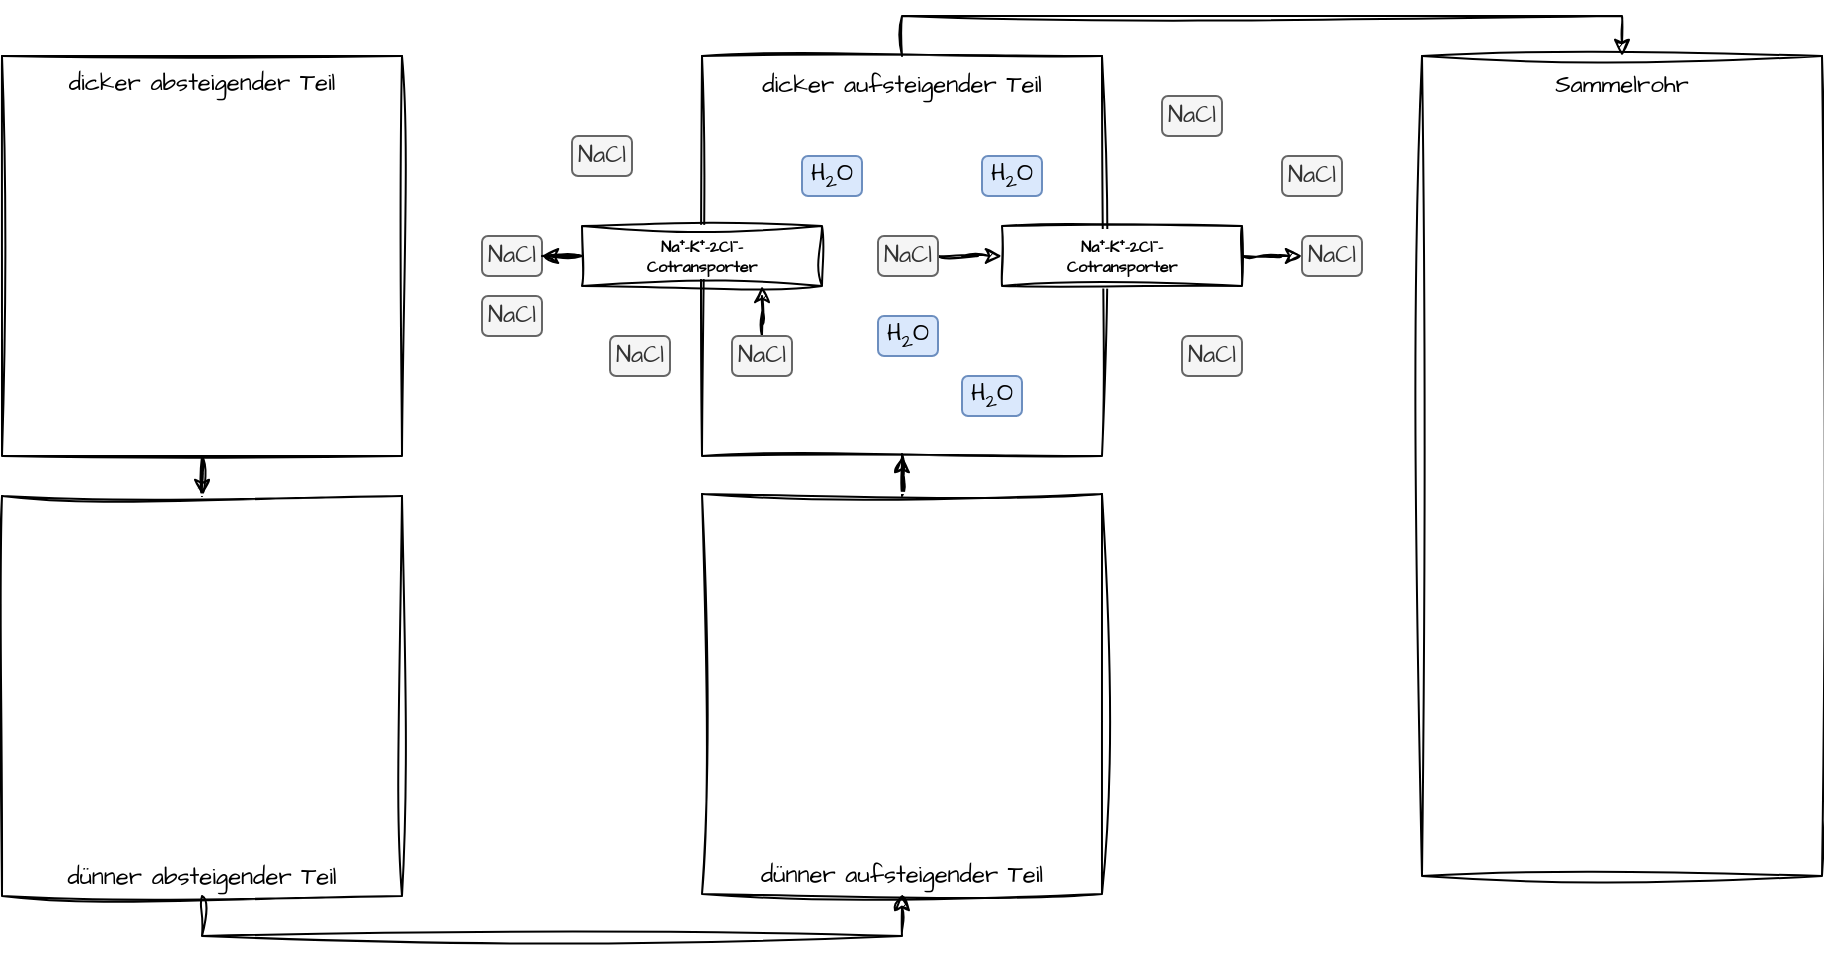
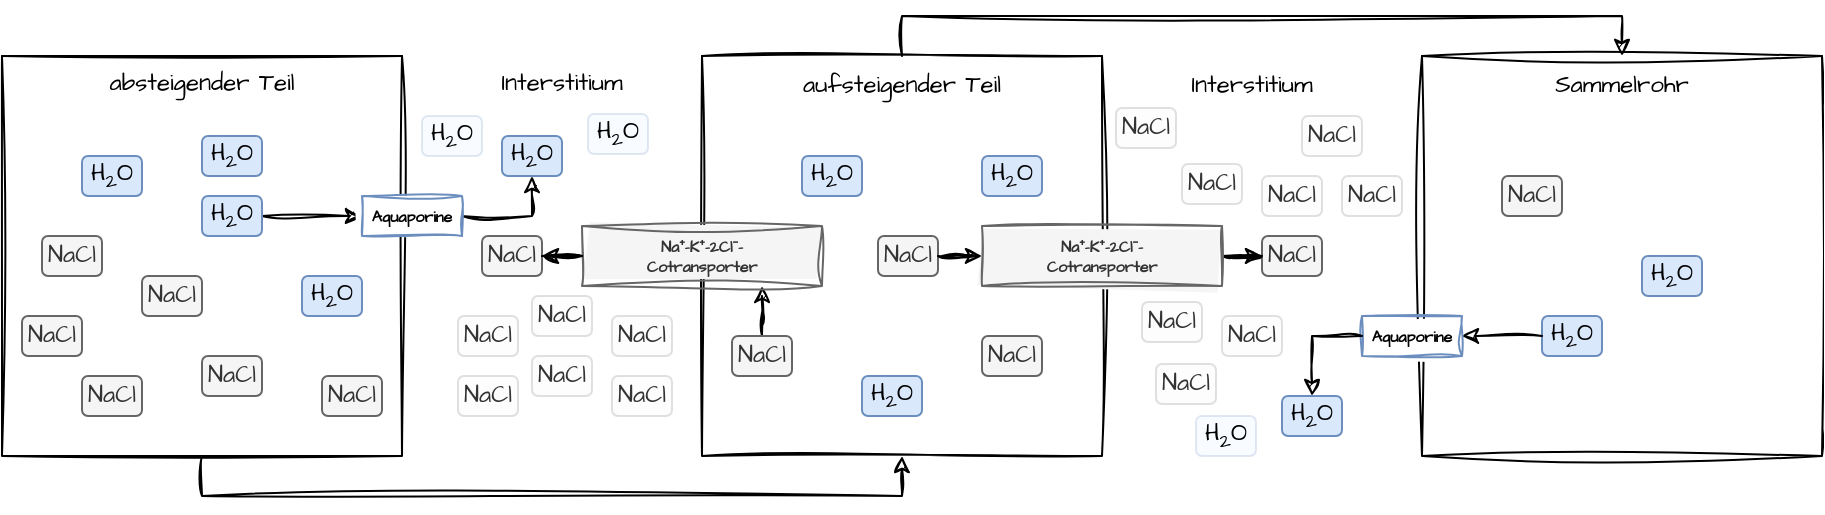
<mxfile host="app.diagrams.net">
  <diagram name="Seite-1" id="uxxyU3lvCbqGK9hLB9Hw">
-     <mxGraphModel dx="483" dy="300" grid="1" gridSize="10" guides="1" tooltips="1" connect="1" arrows="1" fold="1" page="1" pageScale="1" pageWidth="1169" pageHeight="1169" math="0" shadow="0">
+     <mxGraphModel dx="699" dy="434" grid="1" gridSize="10" guides="1" tooltips="1" connect="1" arrows="1" fold="1" page="1" pageScale="1" pageWidth="1169" pageHeight="1169" math="0" shadow="0">
      <root>
        <mxCell id="0" />
        <mxCell id="1" parent="0" />
-         <mxCell id="NigM1D6KVE96F5Tko4Gs-19" edge="1" parent="1" source="NigM1D6KVE96F5Tko4Gs-6" style="edgeStyle=orthogonalEdgeStyle;rounded=0;sketch=1;hachureGap=4;jiggle=2;curveFitting=1;orthogonalLoop=1;jettySize=auto;html=1;fontFamily=Architects Daughter;fontSource=https%3A%2F%2Ffonts.googleapis.com%2Fcss%3Ffamily%3DArchitects%2BDaughter;" target="NigM1D6KVE96F5Tko4Gs-10">
+         <mxCell id="NigM1D6KVE96F5Tko4Gs-94" edge="1" parent="1" source="NigM1D6KVE96F5Tko4Gs-6" style="edgeStyle=orthogonalEdgeStyle;rounded=0;sketch=1;hachureGap=4;jiggle=2;curveFitting=1;orthogonalLoop=1;jettySize=auto;html=1;entryX=0.5;entryY=1;entryDx=0;entryDy=0;fontFamily=Architects Daughter;fontSource=https%3A%2F%2Ffonts.googleapis.com%2Fcss%3Ffamily%3DArchitects%2BDaughter;exitX=0.5;exitY=1;exitDx=0;exitDy=0;" target="NigM1D6KVE96F5Tko4Gs-12">
          <mxGeometry relative="1" as="geometry" />
        </mxCell>
        <mxCell id="NigM1D6KVE96F5Tko4Gs-6" parent="1" style="swimlane;startSize=0;sketch=1;hachureGap=4;jiggle=2;curveFitting=1;fontFamily=Architects Daughter;fontSource=https%3A%2F%2Ffonts.googleapis.com%2Fcss%3Ffamily%3DArchitects%2BDaughter;" value="" vertex="1">
          <mxGeometry height="200" width="200" x="270" y="130" as="geometry" />
        </mxCell>
-         <mxCell id="NigM1D6KVE96F5Tko4Gs-14" parent="NigM1D6KVE96F5Tko4Gs-6" style="text;html=1;whiteSpace=wrap;strokeColor=none;fillColor=none;align=center;verticalAlign=top;rounded=0;fontFamily=Architects Daughter;fontSource=https://fonts.googleapis.com/css?family=Architects+Daughter;" value="dicker absteigender Teil" vertex="1">
+         <mxCell id="NigM1D6KVE96F5Tko4Gs-14" parent="NigM1D6KVE96F5Tko4Gs-6" style="text;html=1;whiteSpace=wrap;strokeColor=none;fillColor=none;align=center;verticalAlign=top;rounded=0;fontFamily=Architects Daughter;fontSource=https://fonts.googleapis.com/css?family=Architects+Daughter;" value="absteigender Teil" vertex="1">
          <mxGeometry height="30" width="200" as="geometry" />
        </mxCell>
-         <mxCell id="NigM1D6KVE96F5Tko4Gs-22" edge="1" parent="1" source="NigM1D6KVE96F5Tko4Gs-9" style="edgeStyle=orthogonalEdgeStyle;rounded=0;sketch=1;hachureGap=4;jiggle=2;curveFitting=1;orthogonalLoop=1;jettySize=auto;html=1;fontFamily=Architects Daughter;fontSource=https%3A%2F%2Ffonts.googleapis.com%2Fcss%3Ffamily%3DArchitects%2BDaughter;" target="NigM1D6KVE96F5Tko4Gs-12">
-           <mxGeometry relative="1" as="geometry" />
+         <mxCell id="NigM1D6KVE96F5Tko4Gs-55" parent="NigM1D6KVE96F5Tko4Gs-6" style="rounded=1;whiteSpace=wrap;html=1;hachureGap=4;fontFamily=Architects Daughter;fontSource=https://fonts.googleapis.com/css?family=Architects+Daughter;fillColor=#f5f5f5;strokeColor=#666666;fontColor=#333333;" value="NaCl" vertex="1">
+           <mxGeometry height="20" width="30" x="70" y="110" as="geometry" />
        </mxCell>
-         <mxCell id="NigM1D6KVE96F5Tko4Gs-9" parent="1" style="swimlane;startSize=0;sketch=1;hachureGap=4;jiggle=2;curveFitting=1;fontFamily=Architects Daughter;fontSource=https://fonts.googleapis.com/css?family=Architects+Daughter;labelBackgroundColor=default;" value="" vertex="1">
-           <mxGeometry height="200" width="200" x="620" y="349" as="geometry" />
+         <mxCell id="NigM1D6KVE96F5Tko4Gs-57" parent="NigM1D6KVE96F5Tko4Gs-6" style="rounded=1;whiteSpace=wrap;html=1;hachureGap=4;fontFamily=Architects Daughter;fontSource=https://fonts.googleapis.com/css?family=Architects+Daughter;fillColor=#f5f5f5;strokeColor=#666666;fontColor=#333333;" value="NaCl" vertex="1">
+           <mxGeometry height="20" width="30" x="100" y="150" as="geometry" />
        </mxCell>
-         <mxCell id="NigM1D6KVE96F5Tko4Gs-15" parent="NigM1D6KVE96F5Tko4Gs-9" style="text;html=1;whiteSpace=wrap;strokeColor=none;fillColor=none;align=center;verticalAlign=bottom;rounded=0;fontFamily=Architects Daughter;fontSource=https://fonts.googleapis.com/css?family=Architects+Daughter;" value="dünner aufsteigender Teil" vertex="1">
-           <mxGeometry height="30" width="200" y="170" as="geometry" />
+         <mxCell id="NigM1D6KVE96F5Tko4Gs-65" parent="NigM1D6KVE96F5Tko4Gs-6" style="rounded=1;whiteSpace=wrap;html=1;hachureGap=4;fontFamily=Architects Daughter;fontSource=https://fonts.googleapis.com/css?family=Architects+Daughter;fillColor=#dae8fc;strokeColor=#6c8ebf;" value="H&lt;sub&gt;2&lt;/sub&gt;O" vertex="1">
+           <mxGeometry height="20" width="30" x="150" y="110" as="geometry" />
        </mxCell>
-         <mxCell id="NigM1D6KVE96F5Tko4Gs-25" edge="1" parent="1" source="NigM1D6KVE96F5Tko4Gs-13" style="edgeStyle=orthogonalEdgeStyle;rounded=0;sketch=1;hachureGap=4;jiggle=2;curveFitting=1;orthogonalLoop=1;jettySize=auto;html=1;entryX=0.5;entryY=1;entryDx=0;entryDy=0;fontFamily=Architects Daughter;fontSource=https%3A%2F%2Ffonts.googleapis.com%2Fcss%3Ffamily%3DArchitects%2BDaughter;exitX=0.5;exitY=1;exitDx=0;exitDy=0;" target="NigM1D6KVE96F5Tko4Gs-15">
-           <mxGeometry relative="1" as="geometry" />
+         <mxCell id="NigM1D6KVE96F5Tko4Gs-72" parent="NigM1D6KVE96F5Tko4Gs-6" style="rounded=1;whiteSpace=wrap;html=1;hachureGap=4;fontFamily=Architects Daughter;fontSource=https://fonts.googleapis.com/css?family=Architects+Daughter;fillColor=#f5f5f5;strokeColor=#666666;fontColor=#333333;" value="NaCl" vertex="1">
+           <mxGeometry height="20" width="30" x="10" y="130" as="geometry" />
        </mxCell>
-         <mxCell id="NigM1D6KVE96F5Tko4Gs-10" parent="1" style="swimlane;startSize=0;sketch=1;hachureGap=4;jiggle=2;curveFitting=1;fontFamily=Architects Daughter;fontSource=https://fonts.googleapis.com/css?family=Architects+Daughter;labelBackgroundColor=default;" value="" vertex="1">
-           <mxGeometry height="200" width="200" x="270" y="350" as="geometry" />
-         </mxCell>
-         <mxCell id="NigM1D6KVE96F5Tko4Gs-13" parent="NigM1D6KVE96F5Tko4Gs-10" style="text;html=1;whiteSpace=wrap;strokeColor=none;fillColor=none;align=center;verticalAlign=bottom;rounded=0;fontFamily=Architects Daughter;fontSource=https%3A%2F%2Ffonts.googleapis.com%2Fcss%3Ffamily%3DArchitects%2BDaughter;" value="dünner absteigender Teil" vertex="1">
-           <mxGeometry height="30" width="200" y="170" as="geometry" />
+         <mxCell id="NigM1D6KVE96F5Tko4Gs-69" parent="NigM1D6KVE96F5Tko4Gs-6" style="rounded=1;whiteSpace=wrap;html=1;hachureGap=4;fontFamily=Architects Daughter;fontSource=https://fonts.googleapis.com/css?family=Architects+Daughter;fillColor=#f5f5f5;strokeColor=#666666;fontColor=#333333;" value="NaCl" vertex="1">
+           <mxGeometry height="20" width="30" x="20" y="90" as="geometry" />
        </mxCell>
        <mxCell id="NigM1D6KVE96F5Tko4Gs-12" parent="1" style="swimlane;startSize=0;sketch=1;hachureGap=4;jiggle=2;curveFitting=1;fontFamily=Architects Daughter;fontSource=https://fonts.googleapis.com/css?family=Architects+Daughter;labelBackgroundColor=default;" value="" vertex="1">
          <mxGeometry height="200" width="200" x="620" y="130" as="geometry" />
        </mxCell>
-         <mxCell id="NigM1D6KVE96F5Tko4Gs-16" parent="NigM1D6KVE96F5Tko4Gs-12" style="text;html=1;whiteSpace=wrap;strokeColor=none;fillColor=none;align=center;verticalAlign=middle;rounded=0;fontFamily=Architects Daughter;fontSource=https://fonts.googleapis.com/css?family=Architects+Daughter;" value="dicker aufsteigender Teil" vertex="1">
+         <mxCell id="NigM1D6KVE96F5Tko4Gs-16" parent="NigM1D6KVE96F5Tko4Gs-12" style="text;html=1;whiteSpace=wrap;strokeColor=none;fillColor=none;align=center;verticalAlign=middle;rounded=0;fontFamily=Architects Daughter;fontSource=https://fonts.googleapis.com/css?family=Architects+Daughter;" value="aufsteigender Teil" vertex="1">
          <mxGeometry height="30" width="200" as="geometry" />
        </mxCell>
        <mxCell id="NigM1D6KVE96F5Tko4Gs-28" parent="NigM1D6KVE96F5Tko4Gs-12" style="rounded=1;whiteSpace=wrap;html=1;hachureGap=4;fontFamily=Architects Daughter;fontSource=https%3A%2F%2Ffonts.googleapis.com%2Fcss%3Ffamily%3DArchitects%2BDaughter;fillColor=#dae8fc;strokeColor=#6c8ebf;" value="H&lt;sub&gt;2&lt;/sub&gt;O" vertex="1">
          <mxGeometry height="20" width="30" x="50" y="50" as="geometry" />
-         </mxCell>
-         <mxCell id="NigM1D6KVE96F5Tko4Gs-46" edge="1" parent="NigM1D6KVE96F5Tko4Gs-12" source="NigM1D6KVE96F5Tko4Gs-29" style="edgeStyle=orthogonalEdgeStyle;rounded=0;sketch=1;hachureGap=4;jiggle=2;curveFitting=1;orthogonalLoop=1;jettySize=auto;html=1;fontFamily=Architects Daughter;fontSource=https%3A%2F%2Ffonts.googleapis.com%2Fcss%3Ffamily%3DArchitects%2BDaughter;" target="NigM1D6KVE96F5Tko4Gs-44">
-           <mxGeometry relative="1" as="geometry" />
        </mxCell>
        <mxCell id="NigM1D6KVE96F5Tko4Gs-29" parent="NigM1D6KVE96F5Tko4Gs-12" style="rounded=1;whiteSpace=wrap;html=1;hachureGap=4;fontFamily=Architects Daughter;fontSource=https://fonts.googleapis.com/css?family=Architects+Daughter;fillColor=#f5f5f5;strokeColor=#666666;fontColor=#333333;" value="NaCl" vertex="1">
          <mxGeometry height="20" width="30" x="88" y="90" as="geometry" />
        </mxCell>
        <mxCell id="NigM1D6KVE96F5Tko4Gs-35" edge="1" parent="NigM1D6KVE96F5Tko4Gs-12" source="NigM1D6KVE96F5Tko4Gs-31" style="edgeStyle=orthogonalEdgeStyle;rounded=0;sketch=1;hachureGap=4;jiggle=2;curveFitting=1;orthogonalLoop=1;jettySize=auto;html=1;entryX=0.75;entryY=1;entryDx=0;entryDy=0;fontFamily=Architects Daughter;fontSource=https%3A%2F%2Ffonts.googleapis.com%2Fcss%3Ffamily%3DArchitects%2BDaughter;" target="NigM1D6KVE96F5Tko4Gs-32">
          <mxGeometry relative="1" as="geometry" />
        </mxCell>
        <mxCell id="NigM1D6KVE96F5Tko4Gs-31" parent="NigM1D6KVE96F5Tko4Gs-12" style="rounded=1;whiteSpace=wrap;html=1;hachureGap=4;fontFamily=Architects Daughter;fontSource=https://fonts.googleapis.com/css?family=Architects+Daughter;fillColor=#f5f5f5;strokeColor=#666666;fontColor=#333333;" value="NaCl" vertex="1">
          <mxGeometry height="20" width="30" x="15" y="140" as="geometry" />
        </mxCell>
-         <mxCell id="NigM1D6KVE96F5Tko4Gs-30" parent="NigM1D6KVE96F5Tko4Gs-12" style="rounded=1;whiteSpace=wrap;html=1;hachureGap=4;fontFamily=Architects Daughter;fontSource=https://fonts.googleapis.com/css?family=Architects+Daughter;fillColor=#dae8fc;strokeColor=#6c8ebf;" value="H&lt;sub&gt;2&lt;/sub&gt;O" vertex="1">
-           <mxGeometry height="20" width="30" x="130" y="160" as="geometry" />
-         </mxCell>
-         <mxCell id="NigM1D6KVE96F5Tko4Gs-32" parent="NigM1D6KVE96F5Tko4Gs-12" style="whiteSpace=wrap;html=1;sketch=1;hachureGap=4;jiggle=2;curveFitting=1;fontFamily=Architects Daughter;fontSource=https%3A%2F%2Ffonts.googleapis.com%2Fcss%3Ffamily%3DArchitects%2BDaughter;fontSize=8;fontStyle=1" value="Na⁺-K⁺-2Cl⁻-&lt;br&gt;Cotransporter" vertex="1">
+         <mxCell id="NigM1D6KVE96F5Tko4Gs-32" parent="NigM1D6KVE96F5Tko4Gs-12" style="whiteSpace=wrap;html=1;sketch=1;hachureGap=4;jiggle=2;curveFitting=1;fontFamily=Architects Daughter;fontSource=https%3A%2F%2Ffonts.googleapis.com%2Fcss%3Ffamily%3DArchitects%2BDaughter;fontSize=8;fontStyle=1;labelBackgroundColor=none;fillColor=#f5f5f5;fontColor=#333333;strokeColor=#666666;fillStyle=solid;" value="&lt;span&gt;Na⁺-K⁺-2Cl⁻-&lt;br&gt;Cotransporter&lt;/span&gt;" vertex="1">
          <mxGeometry height="30" width="120" x="-60" y="85" as="geometry" />
        </mxCell>
        <mxCell id="NigM1D6KVE96F5Tko4Gs-37" parent="NigM1D6KVE96F5Tko4Gs-12" style="rounded=1;whiteSpace=wrap;html=1;hachureGap=4;fontFamily=Architects Daughter;fontSource=https://fonts.googleapis.com/css?family=Architects+Daughter;fillColor=#dae8fc;strokeColor=#6c8ebf;" value="H&lt;sub&gt;2&lt;/sub&gt;O" vertex="1">
-           <mxGeometry height="20" width="30" x="88" y="130" as="geometry" />
+           <mxGeometry height="20" width="30" x="80" y="160" as="geometry" />
        </mxCell>
        <mxCell id="NigM1D6KVE96F5Tko4Gs-36" parent="NigM1D6KVE96F5Tko4Gs-12" style="rounded=1;whiteSpace=wrap;html=1;hachureGap=4;fontFamily=Architects Daughter;fontSource=https://fonts.googleapis.com/css?family=Architects+Daughter;fillColor=#dae8fc;strokeColor=#6c8ebf;" value="H&lt;sub&gt;2&lt;/sub&gt;O" vertex="1">
          <mxGeometry height="20" width="30" x="140" y="50" as="geometry" />
        </mxCell>
-         <mxCell id="NigM1D6KVE96F5Tko4Gs-44" parent="NigM1D6KVE96F5Tko4Gs-12" style="whiteSpace=wrap;html=1;sketch=1;hachureGap=4;jiggle=2;curveFitting=1;fontFamily=Architects Daughter;fontSource=https://fonts.googleapis.com/css?family=Architects+Daughter;fontSize=8;fontStyle=1" value="Na⁺-K⁺-2Cl⁻-&lt;br&gt;Cotransporter" vertex="1">
-           <mxGeometry height="30" width="120" x="150" y="85" as="geometry" />
+         <mxCell id="NigM1D6KVE96F5Tko4Gs-92" parent="NigM1D6KVE96F5Tko4Gs-12" style="rounded=1;whiteSpace=wrap;html=1;hachureGap=4;fontFamily=Architects Daughter;fontSource=https://fonts.googleapis.com/css?family=Architects+Daughter;fillColor=#f5f5f5;strokeColor=#666666;fontColor=#333333;" value="NaCl" vertex="1">
+           <mxGeometry height="20" width="30" x="140" y="140" as="geometry" />
        </mxCell>
        <mxCell id="NigM1D6KVE96F5Tko4Gs-17" parent="1" style="swimlane;startSize=0;sketch=1;hachureGap=4;jiggle=2;curveFitting=1;fontFamily=Architects Daughter;fontSource=https://fonts.googleapis.com/css?family=Architects+Daughter;labelBackgroundColor=default;" value="" vertex="1">
-           <mxGeometry height="410" width="200" x="980" y="130" as="geometry" />
+           <mxGeometry height="200" width="200" x="980" y="130" as="geometry" />
        </mxCell>
        <mxCell id="NigM1D6KVE96F5Tko4Gs-18" parent="NigM1D6KVE96F5Tko4Gs-17" style="text;html=1;whiteSpace=wrap;strokeColor=none;fillColor=none;align=center;verticalAlign=middle;rounded=0;fontFamily=Architects Daughter;fontSource=https://fonts.googleapis.com/css?family=Architects+Daughter;" value="Sammelrohr" vertex="1">
          <mxGeometry height="30" width="200" as="geometry" />
        </mxCell>
+         <mxCell id="NigM1D6KVE96F5Tko4Gs-67" parent="NigM1D6KVE96F5Tko4Gs-17" style="whiteSpace=wrap;html=1;sketch=1;hachureGap=4;jiggle=2;curveFitting=1;fontFamily=Architects Daughter;fontSource=https://fonts.googleapis.com/css?family=Architects+Daughter;fontSize=8;fontStyle=1;fillColor=default;strokeColor=#6c8ebf;fillStyle=solid;" value="Aquaporine" vertex="1">
+           <mxGeometry height="20" width="50" x="-30" y="130" as="geometry" />
+         </mxCell>
+         <mxCell id="NigM1D6KVE96F5Tko4Gs-91" parent="NigM1D6KVE96F5Tko4Gs-17" style="rounded=1;whiteSpace=wrap;html=1;hachureGap=4;fontFamily=Architects Daughter;fontSource=https://fonts.googleapis.com/css?family=Architects+Daughter;fillColor=#f5f5f5;strokeColor=#666666;fontColor=#333333;" value="NaCl" vertex="1">
+           <mxGeometry height="20" width="30" x="40" y="60" as="geometry" />
+         </mxCell>
+         <mxCell id="NigM1D6KVE96F5Tko4Gs-68" parent="NigM1D6KVE96F5Tko4Gs-17" style="rounded=1;whiteSpace=wrap;html=1;hachureGap=4;fontFamily=Architects Daughter;fontSource=https://fonts.googleapis.com/css?family=Architects+Daughter;fillColor=#dae8fc;strokeColor=#6c8ebf;" value="H&lt;sub&gt;2&lt;/sub&gt;O" vertex="1">
+           <mxGeometry height="20" width="30" x="60" y="130" as="geometry" />
+         </mxCell>
+         <mxCell id="NigM1D6KVE96F5Tko4Gs-87" edge="1" parent="NigM1D6KVE96F5Tko4Gs-17" source="NigM1D6KVE96F5Tko4Gs-68" style="edgeStyle=orthogonalEdgeStyle;rounded=0;sketch=1;hachureGap=4;jiggle=2;curveFitting=1;orthogonalLoop=1;jettySize=auto;html=1;entryX=1;entryY=0.5;entryDx=0;entryDy=0;fontFamily=Architects Daughter;fontSource=https%3A%2F%2Ffonts.googleapis.com%2Fcss%3Ffamily%3DArchitects%2BDaughter;" target="NigM1D6KVE96F5Tko4Gs-67">
+           <mxGeometry relative="1" as="geometry" />
+         </mxCell>
+         <mxCell id="NigM1D6KVE96F5Tko4Gs-95" parent="NigM1D6KVE96F5Tko4Gs-17" style="rounded=1;whiteSpace=wrap;html=1;hachureGap=4;fontFamily=Architects Daughter;fontSource=https://fonts.googleapis.com/css?family=Architects+Daughter;fillColor=#dae8fc;strokeColor=#6c8ebf;" value="H&lt;sub&gt;2&lt;/sub&gt;O" vertex="1">
+           <mxGeometry height="20" width="30" x="110" y="100" as="geometry" />
+         </mxCell>
        <mxCell id="NigM1D6KVE96F5Tko4Gs-24" edge="1" parent="1" source="NigM1D6KVE96F5Tko4Gs-16" style="edgeStyle=orthogonalEdgeStyle;rounded=0;sketch=1;hachureGap=4;jiggle=2;curveFitting=1;orthogonalLoop=1;jettySize=auto;html=1;entryX=0.5;entryY=0;entryDx=0;entryDy=0;fontFamily=Architects Daughter;fontSource=https%3A%2F%2Ffonts.googleapis.com%2Fcss%3Ffamily%3DArchitects%2BDaughter;exitX=0.5;exitY=0;exitDx=0;exitDy=0;" target="NigM1D6KVE96F5Tko4Gs-17">
          <mxGeometry relative="1" as="geometry" />
        </mxCell>
-         <mxCell id="NigM1D6KVE96F5Tko4Gs-38" parent="1" style="rounded=1;whiteSpace=wrap;html=1;hachureGap=4;fontFamily=Architects Daughter;fontSource=https://fonts.googleapis.com/css?family=Architects+Daughter;fillColor=#f5f5f5;strokeColor=#666666;fontColor=#333333;" value="NaCl" vertex="1">
-           <mxGeometry height="20" width="30" x="555" y="170" as="geometry" />
+         <mxCell id="NigM1D6KVE96F5Tko4Gs-38" parent="1" style="rounded=1;whiteSpace=wrap;html=1;hachureGap=4;fontFamily=Architects Daughter;fontSource=https://fonts.googleapis.com/css?family=Architects+Daughter;fillColor=#f5f5f5;strokeColor=#666666;fontColor=#333333;opacity=20;" value="NaCl" vertex="1">
+           <mxGeometry height="20" width="30" x="535" y="280" as="geometry" />
        </mxCell>
        <mxCell id="NigM1D6KVE96F5Tko4Gs-39" parent="1" style="rounded=1;whiteSpace=wrap;html=1;hachureGap=4;fontFamily=Architects Daughter;fontSource=https://fonts.googleapis.com/css?family=Architects+Daughter;fillColor=#f5f5f5;strokeColor=#666666;fontColor=#333333;" value="NaCl" vertex="1">
          <mxGeometry height="20" width="30" x="510" y="220" as="geometry" />
        </mxCell>
-         <mxCell id="NigM1D6KVE96F5Tko4Gs-40" parent="1" style="rounded=1;whiteSpace=wrap;html=1;hachureGap=4;fontFamily=Architects Daughter;fontSource=https://fonts.googleapis.com/css?family=Architects+Daughter;fillColor=#f5f5f5;strokeColor=#666666;fontColor=#333333;" value="NaCl" vertex="1">
-           <mxGeometry height="20" width="30" x="574" y="270" as="geometry" />
+         <mxCell id="NigM1D6KVE96F5Tko4Gs-40" parent="1" style="rounded=1;whiteSpace=wrap;html=1;hachureGap=4;fontFamily=Architects Daughter;fontSource=https://fonts.googleapis.com/css?family=Architects+Daughter;fillColor=#f5f5f5;strokeColor=#666666;fontColor=#333333;opacity=20;" value="NaCl" vertex="1">
+           <mxGeometry height="20" width="30" x="575" y="260" as="geometry" />
        </mxCell>
-         <mxCell id="NigM1D6KVE96F5Tko4Gs-41" parent="1" style="rounded=1;whiteSpace=wrap;html=1;hachureGap=4;fontFamily=Architects Daughter;fontSource=https://fonts.googleapis.com/css?family=Architects+Daughter;fillColor=#f5f5f5;strokeColor=#666666;fontColor=#333333;" value="NaCl" vertex="1">
-           <mxGeometry height="20" width="30" x="510" y="250" as="geometry" />
+         <mxCell id="NigM1D6KVE96F5Tko4Gs-41" parent="1" style="rounded=1;whiteSpace=wrap;html=1;hachureGap=4;fontFamily=Architects Daughter;fontSource=https://fonts.googleapis.com/css?family=Architects+Daughter;fillColor=#f5f5f5;strokeColor=#666666;fontColor=#333333;opacity=20;" value="NaCl" vertex="1">
+           <mxGeometry height="20" width="30" x="535" y="250" as="geometry" />
        </mxCell>
        <mxCell id="NigM1D6KVE96F5Tko4Gs-42" edge="1" parent="1" source="NigM1D6KVE96F5Tko4Gs-32" style="edgeStyle=orthogonalEdgeStyle;rounded=0;sketch=1;hachureGap=4;jiggle=2;curveFitting=1;orthogonalLoop=1;jettySize=auto;html=1;entryX=1;entryY=0.5;entryDx=0;entryDy=0;fontFamily=Architects Daughter;fontSource=https%3A%2F%2Ffonts.googleapis.com%2Fcss%3Ffamily%3DArchitects%2BDaughter;" target="NigM1D6KVE96F5Tko4Gs-39">
          <mxGeometry relative="1" as="geometry" />
        </mxCell>
        <mxCell id="NigM1D6KVE96F5Tko4Gs-47" parent="1" style="rounded=1;whiteSpace=wrap;html=1;hachureGap=4;fontFamily=Architects Daughter;fontSource=https://fonts.googleapis.com/css?family=Architects+Daughter;fillColor=#f5f5f5;strokeColor=#666666;fontColor=#333333;" value="NaCl" vertex="1">
-           <mxGeometry height="20" width="30" x="920" y="220" as="geometry" />
+           <mxGeometry height="20" width="30" x="900" y="220" as="geometry" />
        </mxCell>
-         <mxCell id="NigM1D6KVE96F5Tko4Gs-48" parent="1" style="rounded=1;whiteSpace=wrap;html=1;hachureGap=4;fontFamily=Architects Daughter;fontSource=https://fonts.googleapis.com/css?family=Architects+Daughter;fillColor=#f5f5f5;strokeColor=#666666;fontColor=#333333;" value="NaCl" vertex="1">
-           <mxGeometry height="20" width="30" x="910" y="180" as="geometry" />
+         <mxCell id="NigM1D6KVE96F5Tko4Gs-48" parent="1" style="rounded=1;whiteSpace=wrap;html=1;hachureGap=4;fontFamily=Architects Daughter;fontSource=https://fonts.googleapis.com/css?family=Architects+Daughter;fillColor=#f5f5f5;strokeColor=#666666;fontColor=#333333;opacity=20;" value="NaCl" vertex="1">
+           <mxGeometry height="20" width="30" x="920" y="160" as="geometry" />
        </mxCell>
-         <mxCell id="NigM1D6KVE96F5Tko4Gs-49" parent="1" style="rounded=1;whiteSpace=wrap;html=1;hachureGap=4;fontFamily=Architects Daughter;fontSource=https://fonts.googleapis.com/css?family=Architects+Daughter;fillColor=#f5f5f5;strokeColor=#666666;fontColor=#333333;" value="NaCl" vertex="1">
-           <mxGeometry height="20" width="30" x="860" y="270" as="geometry" />
+         <mxCell id="NigM1D6KVE96F5Tko4Gs-49" parent="1" style="rounded=1;whiteSpace=wrap;html=1;hachureGap=4;fontFamily=Architects Daughter;fontSource=https://fonts.googleapis.com/css?family=Architects+Daughter;fillColor=#f5f5f5;strokeColor=#666666;fontColor=#333333;opacity=20;" value="NaCl" vertex="1">
+           <mxGeometry height="20" width="30" x="880" y="260" as="geometry" />
        </mxCell>
-         <mxCell id="NigM1D6KVE96F5Tko4Gs-50" parent="1" style="rounded=1;whiteSpace=wrap;html=1;hachureGap=4;fontFamily=Architects Daughter;fontSource=https://fonts.googleapis.com/css?family=Architects+Daughter;fillColor=#f5f5f5;strokeColor=#666666;fontColor=#333333;" value="NaCl" vertex="1">
-           <mxGeometry height="20" width="30" x="850" y="150" as="geometry" />
+         <mxCell id="NigM1D6KVE96F5Tko4Gs-50" parent="1" style="rounded=1;whiteSpace=wrap;html=1;hachureGap=4;fontFamily=Architects Daughter;fontSource=https://fonts.googleapis.com/css?family=Architects+Daughter;fillColor=#f5f5f5;strokeColor=#666666;fontColor=#333333;opacity=20;" value="&lt;div&gt;NaCl&lt;/div&gt;" vertex="1">
+           <mxGeometry height="20" width="30" x="860" y="184" as="geometry" />
        </mxCell>
        <mxCell id="NigM1D6KVE96F5Tko4Gs-51" edge="1" parent="1" source="NigM1D6KVE96F5Tko4Gs-44" style="edgeStyle=orthogonalEdgeStyle;rounded=0;sketch=1;hachureGap=4;jiggle=2;curveFitting=1;orthogonalLoop=1;jettySize=auto;html=1;entryX=0;entryY=0.5;entryDx=0;entryDy=0;fontFamily=Architects Daughter;fontSource=https%3A%2F%2Ffonts.googleapis.com%2Fcss%3Ffamily%3DArchitects%2BDaughter;" target="NigM1D6KVE96F5Tko4Gs-47">
          <mxGeometry relative="1" as="geometry" />
+         </mxCell>
+         <mxCell id="NigM1D6KVE96F5Tko4Gs-54" parent="1" style="rounded=1;whiteSpace=wrap;html=1;hachureGap=4;fontFamily=Architects Daughter;fontSource=https://fonts.googleapis.com/css?family=Architects+Daughter;fillColor=#dae8fc;strokeColor=#6c8ebf;" value="H&lt;sub&gt;2&lt;/sub&gt;O" vertex="1">
+           <mxGeometry height="20" width="30" x="310" y="180" as="geometry" />
+         </mxCell>
+         <mxCell id="NigM1D6KVE96F5Tko4Gs-59" edge="1" parent="1" source="NigM1D6KVE96F5Tko4Gs-56" style="edgeStyle=orthogonalEdgeStyle;rounded=0;sketch=1;hachureGap=4;jiggle=2;curveFitting=1;orthogonalLoop=1;jettySize=auto;html=1;entryX=0;entryY=0.5;entryDx=0;entryDy=0;fontFamily=Architects Daughter;fontSource=https%3A%2F%2Ffonts.googleapis.com%2Fcss%3Ffamily%3DArchitects%2BDaughter;" target="NigM1D6KVE96F5Tko4Gs-53">
+           <mxGeometry relative="1" as="geometry" />
+         </mxCell>
+         <mxCell id="NigM1D6KVE96F5Tko4Gs-56" parent="1" style="rounded=1;whiteSpace=wrap;html=1;hachureGap=4;fontFamily=Architects Daughter;fontSource=https://fonts.googleapis.com/css?family=Architects+Daughter;fillColor=#dae8fc;strokeColor=#6c8ebf;" value="H&lt;sub&gt;2&lt;/sub&gt;O" vertex="1">
+           <mxGeometry height="20" width="30" x="370" y="200" as="geometry" />
+         </mxCell>
+         <mxCell id="NigM1D6KVE96F5Tko4Gs-60" parent="1" style="rounded=1;whiteSpace=wrap;html=1;hachureGap=4;fontFamily=Architects Daughter;fontSource=https://fonts.googleapis.com/css?family=Architects+Daughter;fillColor=#dae8fc;strokeColor=#6c8ebf;" value="H&lt;sub&gt;2&lt;/sub&gt;O" vertex="1">
+           <mxGeometry height="20" width="30" x="520" y="170" as="geometry" />
+         </mxCell>
+         <mxCell id="NigM1D6KVE96F5Tko4Gs-61" edge="1" parent="1" source="NigM1D6KVE96F5Tko4Gs-53" style="edgeStyle=orthogonalEdgeStyle;rounded=0;sketch=1;hachureGap=4;jiggle=2;curveFitting=1;orthogonalLoop=1;jettySize=auto;html=1;entryX=0.5;entryY=1;entryDx=0;entryDy=0;fontFamily=Architects Daughter;fontSource=https%3A%2F%2Ffonts.googleapis.com%2Fcss%3Ffamily%3DArchitects%2BDaughter;" target="NigM1D6KVE96F5Tko4Gs-60">
+           <mxGeometry relative="1" as="geometry" />
+         </mxCell>
+         <mxCell id="NigM1D6KVE96F5Tko4Gs-62" parent="1" style="rounded=1;whiteSpace=wrap;html=1;hachureGap=4;fontFamily=Architects Daughter;fontSource=https://fonts.googleapis.com/css?family=Architects+Daughter;fillColor=#dae8fc;strokeColor=#6c8ebf;opacity=20;" value="H&lt;sub&gt;2&lt;/sub&gt;O" vertex="1">
+           <mxGeometry height="20" width="30" x="563" y="159" as="geometry" />
+         </mxCell>
+         <mxCell id="NigM1D6KVE96F5Tko4Gs-63" parent="1" style="rounded=1;whiteSpace=wrap;html=1;hachureGap=4;fontFamily=Architects Daughter;fontSource=https://fonts.googleapis.com/css?family=Architects+Daughter;fillColor=#dae8fc;strokeColor=#6c8ebf;opacity=20;" value="H&lt;sub&gt;2&lt;/sub&gt;O" vertex="1">
+           <mxGeometry height="20" width="30" x="480" y="160" as="geometry" />
+         </mxCell>
+         <mxCell id="NigM1D6KVE96F5Tko4Gs-64" parent="1" style="rounded=1;whiteSpace=wrap;html=1;hachureGap=4;fontFamily=Architects Daughter;fontSource=https://fonts.googleapis.com/css?family=Architects+Daughter;fillColor=#dae8fc;strokeColor=#6c8ebf;" value="H&lt;sub&gt;2&lt;/sub&gt;O" vertex="1">
+           <mxGeometry height="20" width="30" x="370" y="170" as="geometry" />
+         </mxCell>
+         <mxCell id="NigM1D6KVE96F5Tko4Gs-70" parent="1" style="rounded=1;whiteSpace=wrap;html=1;hachureGap=4;fontFamily=Architects Daughter;fontSource=https://fonts.googleapis.com/css?family=Architects+Daughter;fillColor=#f5f5f5;strokeColor=#666666;fontColor=#333333;" value="NaCl" vertex="1">
+           <mxGeometry height="20" width="30" x="310" y="290" as="geometry" />
+         </mxCell>
+         <mxCell id="NigM1D6KVE96F5Tko4Gs-71" parent="1" style="rounded=1;whiteSpace=wrap;html=1;hachureGap=4;fontFamily=Architects Daughter;fontSource=https://fonts.googleapis.com/css?family=Architects+Daughter;fillColor=#f5f5f5;strokeColor=#666666;fontColor=#333333;" value="NaCl" vertex="1">
+           <mxGeometry height="20" width="30" x="430" y="290" as="geometry" />
+         </mxCell>
+         <mxCell id="NigM1D6KVE96F5Tko4Gs-53" parent="1" style="whiteSpace=wrap;html=1;sketch=1;hachureGap=4;jiggle=2;curveFitting=1;fontFamily=Architects Daughter;fontSource=https://fonts.googleapis.com/css?family=Architects+Daughter;fontSize=8;fontStyle=1;fillColor=default;strokeColor=#6c8ebf;fillStyle=solid;" value="Aquaporine" vertex="1">
+           <mxGeometry height="20" width="50" x="450" y="200" as="geometry" />
+         </mxCell>
+         <mxCell id="NigM1D6KVE96F5Tko4Gs-89" parent="1" style="rounded=1;whiteSpace=wrap;html=1;hachureGap=4;fontFamily=Architects Daughter;fontSource=https://fonts.googleapis.com/css?family=Architects+Daughter;fillColor=#dae8fc;strokeColor=#6c8ebf;" value="H&lt;sub&gt;2&lt;/sub&gt;O" vertex="1">
+           <mxGeometry height="20" width="30" x="910" y="300" as="geometry" />
+         </mxCell>
+         <mxCell id="NigM1D6KVE96F5Tko4Gs-90" edge="1" parent="1" source="NigM1D6KVE96F5Tko4Gs-67" style="edgeStyle=orthogonalEdgeStyle;rounded=0;sketch=1;hachureGap=4;jiggle=2;curveFitting=1;orthogonalLoop=1;jettySize=auto;html=1;fontFamily=Architects Daughter;fontSource=https%3A%2F%2Ffonts.googleapis.com%2Fcss%3Ffamily%3DArchitects%2BDaughter;" target="NigM1D6KVE96F5Tko4Gs-89">
+           <mxGeometry relative="1" as="geometry" />
+         </mxCell>
+         <mxCell id="NigM1D6KVE96F5Tko4Gs-96" parent="1" style="rounded=1;whiteSpace=wrap;html=1;hachureGap=4;fontFamily=Architects Daughter;fontSource=https://fonts.googleapis.com/css?family=Architects+Daughter;fillColor=#f5f5f5;strokeColor=#666666;fontColor=#333333;opacity=20;" value="NaCl" vertex="1">
+           <mxGeometry height="20" width="30" x="575" y="290" as="geometry" />
+         </mxCell>
+         <mxCell id="NigM1D6KVE96F5Tko4Gs-102" parent="1" style="rounded=1;whiteSpace=wrap;html=1;hachureGap=4;fontFamily=Architects Daughter;fontSource=https://fonts.googleapis.com/css?family=Architects+Daughter;fillColor=#f5f5f5;strokeColor=#666666;fontColor=#333333;opacity=20;" value="NaCl" vertex="1">
+           <mxGeometry height="20" width="30" x="498" y="260" as="geometry" />
+         </mxCell>
+         <mxCell id="NigM1D6KVE96F5Tko4Gs-103" parent="1" style="rounded=1;whiteSpace=wrap;html=1;hachureGap=4;fontFamily=Architects Daughter;fontSource=https://fonts.googleapis.com/css?family=Architects+Daughter;fillColor=#f5f5f5;strokeColor=#666666;fontColor=#333333;opacity=20;" value="NaCl" vertex="1">
+           <mxGeometry height="20" width="30" x="498" y="290" as="geometry" />
+         </mxCell>
+         <mxCell id="NigM1D6KVE96F5Tko4Gs-44" parent="1" style="whiteSpace=wrap;html=1;sketch=1;hachureGap=4;jiggle=2;curveFitting=1;fontFamily=Architects Daughter;fontSource=https://fonts.googleapis.com/css?family=Architects+Daughter;fontSize=8;fontStyle=1;fillColor=#f5f5f5;fontColor=#333333;strokeColor=#666666;fillStyle=solid;" value="Na⁺-K⁺-2Cl⁻-&lt;br&gt;Cotransporter" vertex="1">
+           <mxGeometry height="30" width="120" x="760" y="215" as="geometry" />
+         </mxCell>
+         <mxCell id="NigM1D6KVE96F5Tko4Gs-46" edge="1" parent="1" source="NigM1D6KVE96F5Tko4Gs-29" style="edgeStyle=orthogonalEdgeStyle;rounded=0;sketch=1;hachureGap=4;jiggle=2;curveFitting=1;orthogonalLoop=1;jettySize=auto;html=1;fontFamily=Architects Daughter;fontSource=https%3A%2F%2Ffonts.googleapis.com%2Fcss%3Ffamily%3DArchitects%2BDaughter;" target="NigM1D6KVE96F5Tko4Gs-44">
+           <mxGeometry relative="1" as="geometry" />
+         </mxCell>
+         <mxCell id="NigM1D6KVE96F5Tko4Gs-106" parent="1" style="rounded=1;whiteSpace=wrap;html=1;hachureGap=4;fontFamily=Architects Daughter;fontSource=https://fonts.googleapis.com/css?family=Architects+Daughter;fillColor=#f5f5f5;strokeColor=#666666;fontColor=#333333;opacity=20;" value="&lt;div&gt;NaCl&lt;/div&gt;" vertex="1">
+           <mxGeometry height="20" width="30" x="940" y="190" as="geometry" />
+         </mxCell>
+         <mxCell id="NigM1D6KVE96F5Tko4Gs-107" parent="1" style="rounded=1;whiteSpace=wrap;html=1;hachureGap=4;fontFamily=Architects Daughter;fontSource=https://fonts.googleapis.com/css?family=Architects+Daughter;fillColor=#f5f5f5;strokeColor=#666666;fontColor=#333333;opacity=20;" value="&lt;div&gt;NaCl&lt;/div&gt;" vertex="1">
+           <mxGeometry height="20" width="30" x="900" y="190" as="geometry" />
+         </mxCell>
+         <mxCell id="NigM1D6KVE96F5Tko4Gs-108" parent="1" style="rounded=1;whiteSpace=wrap;html=1;hachureGap=4;fontFamily=Architects Daughter;fontSource=https://fonts.googleapis.com/css?family=Architects+Daughter;fillColor=#f5f5f5;strokeColor=#666666;fontColor=#333333;opacity=20;" value="&lt;div&gt;NaCl&lt;/div&gt;" vertex="1">
+           <mxGeometry height="20" width="30" x="827" y="156" as="geometry" />
+         </mxCell>
+         <mxCell id="NigM1D6KVE96F5Tko4Gs-109" parent="1" style="rounded=1;whiteSpace=wrap;html=1;hachureGap=4;fontFamily=Architects Daughter;fontSource=https://fonts.googleapis.com/css?family=Architects+Daughter;fillColor=#f5f5f5;strokeColor=#666666;fontColor=#333333;opacity=20;" value="&lt;div&gt;NaCl&lt;/div&gt;" vertex="1">
+           <mxGeometry height="20" width="30" x="840" y="253" as="geometry" />
+         </mxCell>
+         <mxCell id="NigM1D6KVE96F5Tko4Gs-110" parent="1" style="rounded=1;whiteSpace=wrap;html=1;hachureGap=4;fontFamily=Architects Daughter;fontSource=https://fonts.googleapis.com/css?family=Architects+Daughter;fillColor=#f5f5f5;strokeColor=#666666;fontColor=#333333;opacity=20;" value="&lt;div&gt;NaCl&lt;/div&gt;" vertex="1">
+           <mxGeometry height="20" width="30" x="847" y="284" as="geometry" />
+         </mxCell>
+         <mxCell id="NigM1D6KVE96F5Tko4Gs-112" parent="1" style="text;html=1;whiteSpace=wrap;strokeColor=none;fillColor=none;align=center;verticalAlign=middle;rounded=0;fontFamily=Architects Daughter;fontSource=https%3A%2F%2Ffonts.googleapis.com%2Fcss%3Ffamily%3DArchitects%2BDaughter;" value="Interstitium" vertex="1">
+           <mxGeometry height="30" width="60" x="520" y="129" as="geometry" />
+         </mxCell>
+         <mxCell id="NigM1D6KVE96F5Tko4Gs-113" parent="1" style="text;html=1;whiteSpace=wrap;strokeColor=none;fillColor=none;align=center;verticalAlign=middle;rounded=0;fontFamily=Architects Daughter;fontSource=https://fonts.googleapis.com/css?family=Architects+Daughter;" value="Interstitium" vertex="1">
+           <mxGeometry height="30" width="60" x="865" y="130" as="geometry" />
+         </mxCell>
+         <mxCell id="NigM1D6KVE96F5Tko4Gs-115" parent="1" style="rounded=1;whiteSpace=wrap;html=1;hachureGap=4;fontFamily=Architects Daughter;fontSource=https://fonts.googleapis.com/css?family=Architects+Daughter;fillColor=#dae8fc;strokeColor=#6c8ebf;opacity=20;" value="H&lt;sub&gt;2&lt;/sub&gt;O" vertex="1">
+           <mxGeometry height="20" width="30" x="867" y="310" as="geometry" />
        </mxCell>
      </root>
    </mxGraphModel>
  </diagram>
</mxfile>
